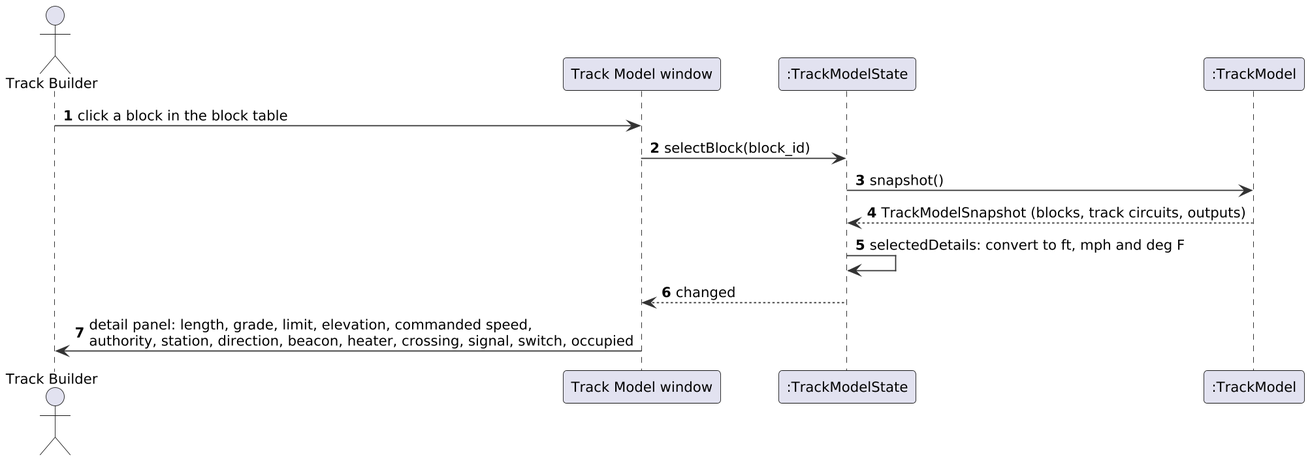
Before: documents/uml/track_model/sd02_display.png, a diagram exported from PlantUML (Landiss04/Track-Overflow). Source of this version:
```plantuml
@startuml
skinparam shadowing false
skinparam dpi 170
skinparam defaultFontName DejaVu Sans
skinparam defaultFontSize 12
skinparam roundCorner 6
skinparam ArrowColor #333333
skinparam BackgroundColor white
skinparam sequenceMessageAlign left
skinparam ParticipantPadding 20
autonumber
actor "Track Builder" as TB
participant "Track Model window" as W
participant ":TrackModelState" as S
participant ":TrackModel" as TM
TB -> W : click a block in the block table
W -> S : selectBlock(block_id)
S -> TM : snapshot()
TM --> S : TrackModelSnapshot (blocks, track circuits, outputs)
S -> S : selectedDetails: convert to ft, mph and deg F
S --> W : changed
W -> TB : detail panel: length, grade, limit, elevation, commanded speed,\nauthority, station, direction, beacon, heater, crossing, signal, switch, occupied
@enduml
```
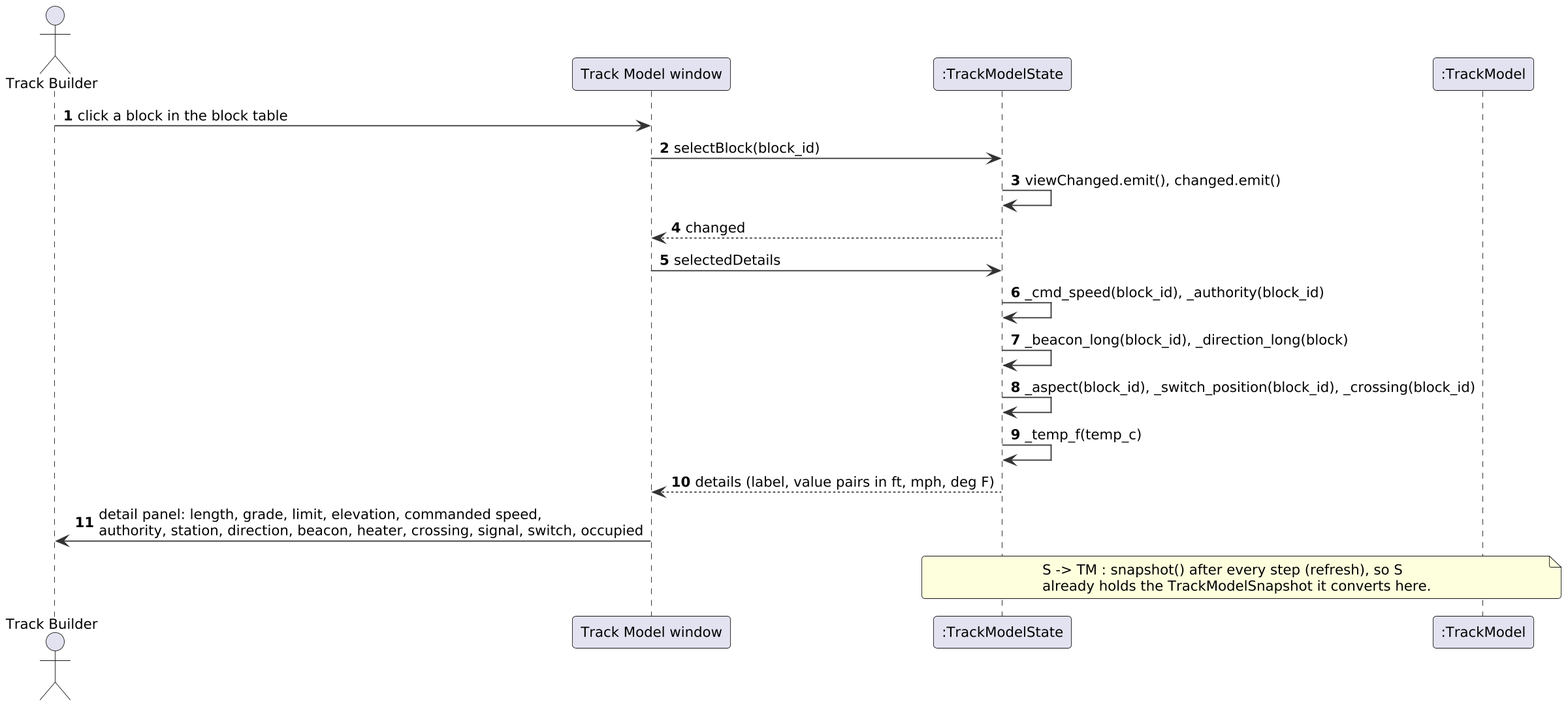
Above is the later version.

Diff of the diagram source:
```diff
@@ -15,9 +15,14 @@
 participant ":TrackModel" as TM
 TB -> W : click a block in the block table
 W -> S : selectBlock(block_id)
-S -> TM : snapshot()
-TM --> S : TrackModelSnapshot (blocks, track circuits, outputs)
-S -> S : selectedDetails: convert to ft, mph and deg F
+S -> S : viewChanged.emit(), changed.emit()
 S --> W : changed
+W -> S : selectedDetails
+S -> S : _cmd_speed(block_id), _authority(block_id)
+S -> S : _beacon_long(block_id), _direction_long(block)
+S -> S : _aspect(block_id), _switch_position(block_id), _crossing(block_id)
+S -> S : _temp_f(temp_c)
+S --> W : details (label, value pairs in ft, mph, deg F)
 W -> TB : detail panel: length, grade, limit, elevation, commanded speed,\nauthority, station, direction, beacon, heater, crossing, signal, switch, occupied
+note over S, TM : S -> TM : snapshot() after every step (refresh), so S\nalready holds the TrackModelSnapshot it converts here.
 @enduml
```
